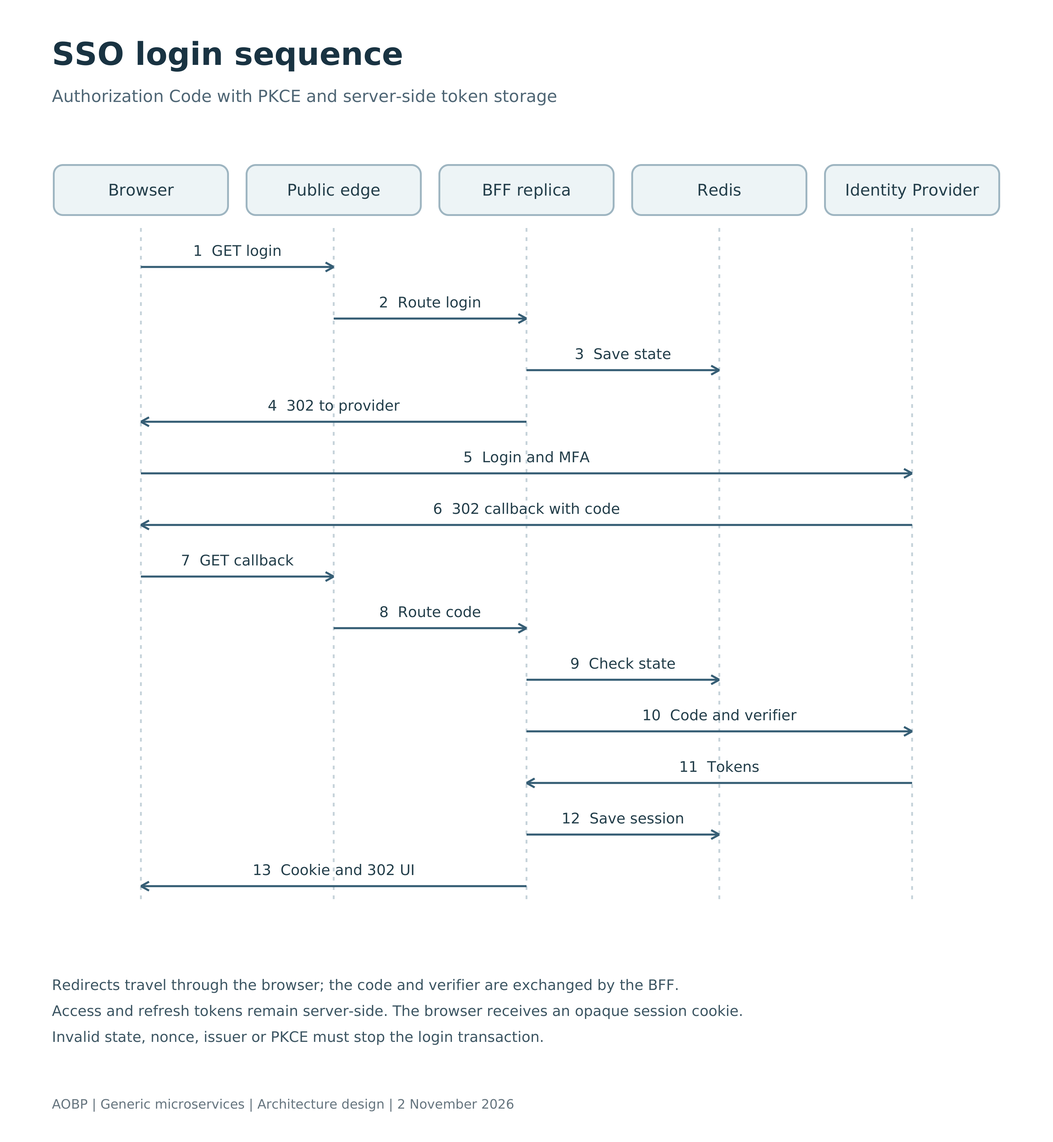
renjithpta/app-dff-login-docs keeps this Mermaid diagram as docs/centralized-sso/images/02_sso_login_sequence.png. Above is the earlier version. Its source is kept beside it as docs/centralized-sso/diagram-source/02_sso_login_sequence.mmd. Its diagram source:
```mermaid
sequenceDiagram
    autonumber
    participant P0 as Browser
    participant P1 as Public edge
    participant P2 as BFF replica
    participant P3 as Redis
    participant P4 as Identity Provider
    P0->>P1: GET login
    P1->>P2: Route login
    P2->>P3: Save state
    P2->>P0: 302 to provider
    P0->>P4: Login and MFA
    P4->>P0: 302 callback with code
    P0->>P1: GET callback
    P1->>P2: Route code
    P2->>P3: Check state
    P2->>P4: Code and verifier
    P4->>P2: Tokens
    P2->>P3: Save session
    P2->>P0: Cookie and 302 UI
```
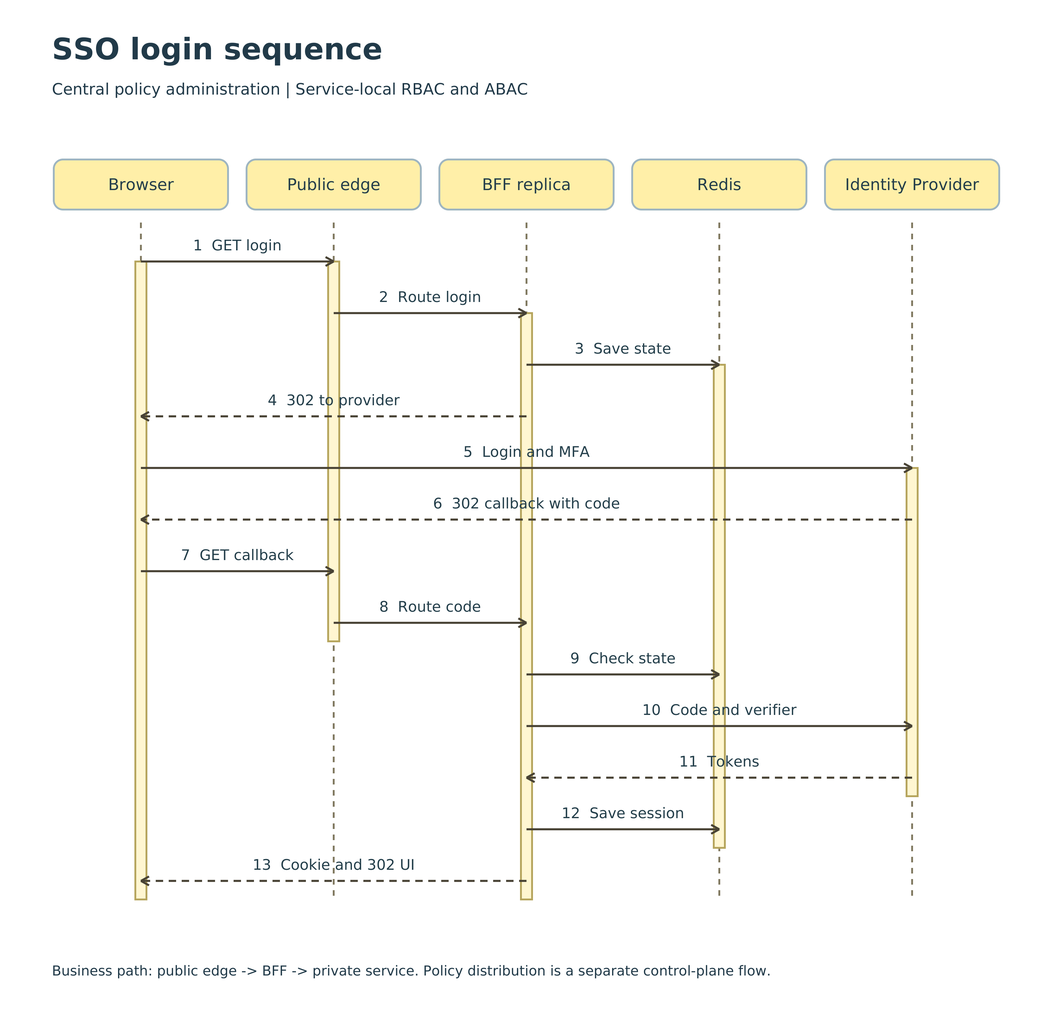
After the commit.

The edit, as a diff of the source:
```diff
@@ -8,13 +8,13 @@
     P0->>P1: GET login
     P1->>P2: Route login
     P2->>P3: Save state
-    P2->>P0: 302 to provider
+    P2-->>P0: 302 to provider
     P0->>P4: Login and MFA
-    P4->>P0: 302 callback with code
+    P4-->>P0: 302 callback with code
     P0->>P1: GET callback
     P1->>P2: Route code
     P2->>P3: Check state
     P2->>P4: Code and verifier
-    P4->>P2: Tokens
+    P4-->>P2: Tokens
     P2->>P3: Save session
-    P2->>P0: Cookie and 302 UI
+    P2-->>P0: Cookie and 302 UI
```
